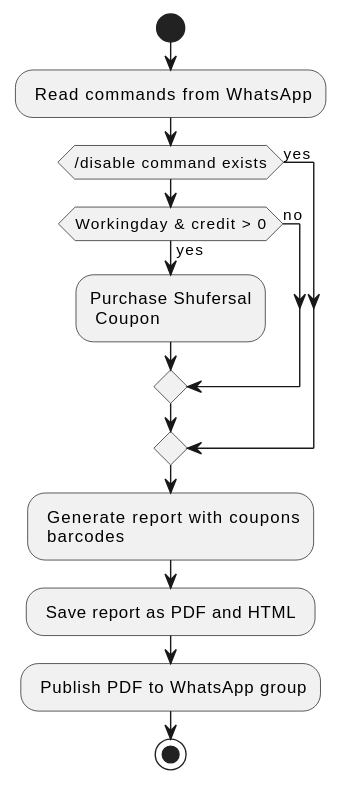
This is mdcompile_files/README_diagram_1.svg from kfiry77/10bot, a PlantUML export, as it was before one commit.
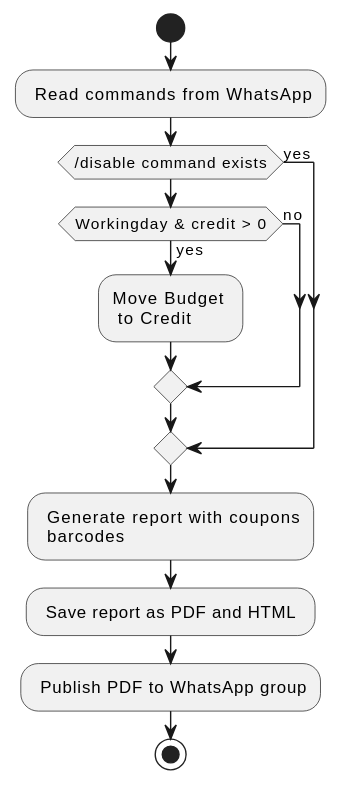
After the change.

Commit message:
compile markdown source

Diff of the diagram source:
```diff
@@ -5,7 +5,7 @@
 if (/disable command exists) then (yes)
 else
     if (Workingday & credit > 0) then (yes)
-      :Purchase Shufersal\n Coupon;
+      :Move Budget \n to Credit;
     else (no)
     endif
 endif
```
